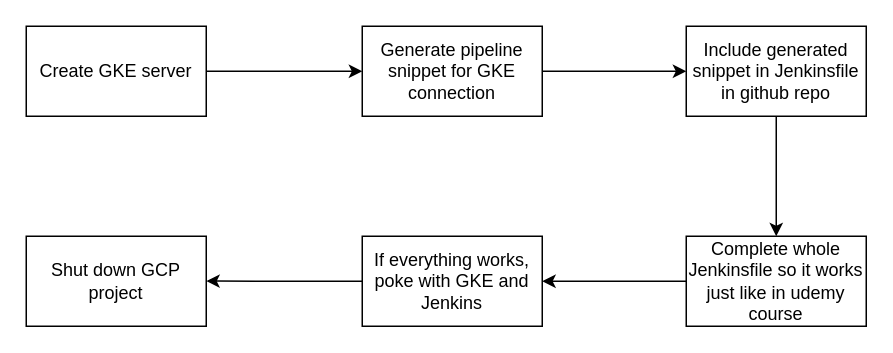
Above: diagrams/RoadMap.drawio in JanKaczmarski/flask-k8s-test (draw.io), before the change. Source tidied: cells renumbered, new cells numbered last; positions are measured from the earlier drawing's top-left corner, leaving out a move shared by most shapes. Both pictures are drawn from the tidied source at 150%, with x=0, y=0 at pixel (26, 26).
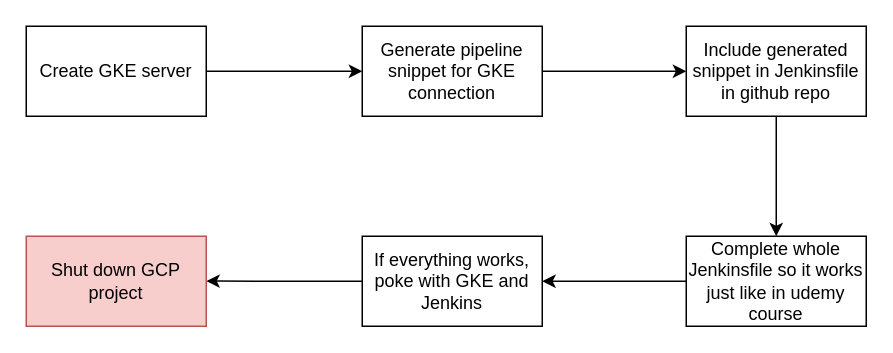
After the change.

Change to the diagram source:
```diff
@@
 <mxGraphModel>
   <root>
     <mxCell id="0" />
     <mxCell id="1" parent="0" />
     <mxCell id="2" style="edgeStyle=orthogonalEdgeStyle;rounded=0;jettySize=auto;html=1;exitX=1;exitY=0.5;exitDx=0;exitDy=0;entryX=0;entryY=0.5;entryDx=0;entryDy=0;" parent="1" edge="1" source="3" target="5">
       <mxGeometry relative="1" as="geometry" />
     </mxCell>
     <mxCell id="3" value="Create GKE server&lt;br&gt;" style="rounded=0;whiteSpace=wrap;html=1;" parent="1" vertex="1">
       <mxGeometry width="120" height="60" as="geometry" />
     </mxCell>
     <mxCell id="4" style="edgeStyle=orthogonalEdgeStyle;rounded=0;jettySize=auto;html=1;exitX=1;exitY=0.5;exitDx=0;exitDy=0;entryX=0;entryY=0.5;entryDx=0;entryDy=0;" parent="1" edge="1" source="5" target="7">
       <mxGeometry relative="1" as="geometry" />
     </mxCell>
     <mxCell id="5" value="Generate pipeline snippet for GKE connection" style="rounded=0;whiteSpace=wrap;html=1;" parent="1" vertex="1">
       <mxGeometry x="224" width="120" height="60" as="geometry" />
     </mxCell>
     <mxCell id="6" style="edgeStyle=orthogonalEdgeStyle;rounded=0;jettySize=auto;html=1;exitX=0.5;exitY=1;exitDx=0;exitDy=0;entryX=0.5;entryY=0;entryDx=0;entryDy=0;" parent="1" edge="1" source="7" target="9">
       <mxGeometry relative="1" as="geometry" />
     </mxCell>
     <mxCell id="7" value="Include generated snippet in Jenkinsfile in github repo&lt;br&gt;" style="rounded=0;whiteSpace=wrap;html=1;" parent="1" vertex="1">
       <mxGeometry x="440" width="120" height="60" as="geometry" />
     </mxCell>
     <mxCell id="8" style="edgeStyle=orthogonalEdgeStyle;rounded=0;jettySize=auto;html=1;exitX=0;exitY=0.5;exitDx=0;exitDy=0;entryX=1;entryY=0.5;entryDx=0;entryDy=0;" parent="1" edge="1" source="9" target="11">
       <mxGeometry relative="1" as="geometry" />
     </mxCell>
     <mxCell id="9" value="Complete whole Jenkinsfile so it works just like in udemy course" style="rounded=0;whiteSpace=wrap;html=1;" parent="1" vertex="1">
       <mxGeometry x="440" y="140" width="120" height="60" as="geometry" />
     </mxCell>
     <mxCell id="10" style="edgeStyle=orthogonalEdgeStyle;rounded=0;jettySize=auto;html=1;exitX=0;exitY=0.5;exitDx=0;exitDy=0;" parent="1" edge="1" source="11">
       <mxGeometry relative="1" as="geometry">
         <mxPoint x="120" y="169.9" as="targetPoint" />
       </mxGeometry>
     </mxCell>
     <mxCell id="11" value="If everything works, poke with GKE and Jenkins&lt;br&gt;" style="rounded=0;whiteSpace=wrap;html=1;" parent="1" vertex="1">
       <mxGeometry x="224" y="140" width="120" height="60" as="geometry" />
     </mxCell>
-    <mxCell id="12" value="Shut down GCP project" style="rounded=0;whiteSpace=wrap;html=1;" parent="1" vertex="1">
+    <mxCell id="12" value="Shut down GCP project" style="rounded=0;whiteSpace=wrap;html=1;fillColor=#f8cecc;strokeColor=#b85450;" parent="1" vertex="1">
       <mxGeometry y="140" width="120" height="60" as="geometry" />
     </mxCell>
   </root>
 </mxGraphModel>
```
